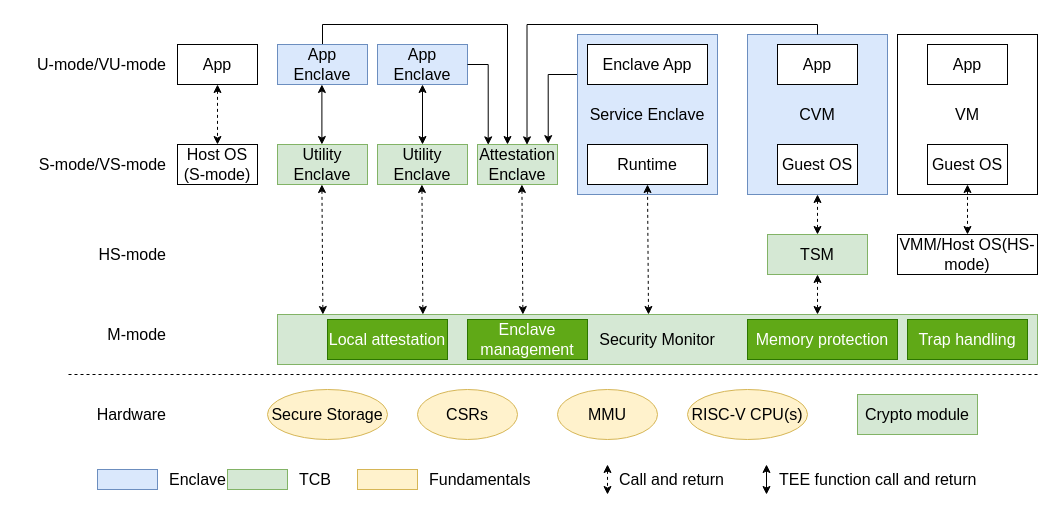
The draw.io diagram page "系统架构图" (1 of 14) of newarch.drawio in Zou1c/tmp, before the edit. Source tidied: cells renumbered, new cells numbered last; positions are measured from the earlier drawing's top-left corner, leaving out a move shared by most shapes. Both pictures are drawn from the tidied source at 100%, with x=0, y=0 at pixel (17, 24).
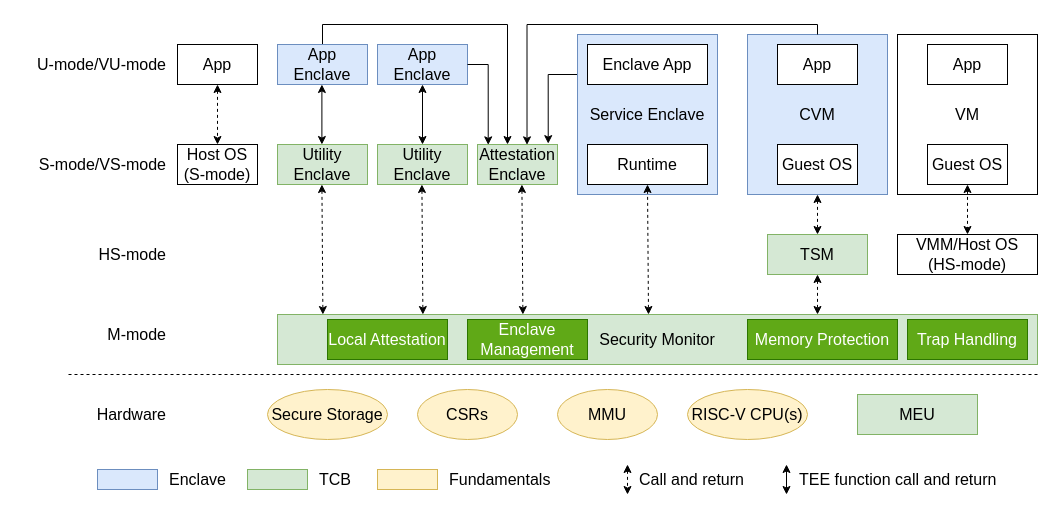
The same page after the edit.

Diff of the diagram source:
```diff
@@
-    <mxCell id="22" value="VMM/Host OS(HS-mode)" style="rounded=0;whiteSpace=wrap;html=1;fontSize=16;" parent="1" vertex="1">
+    <mxCell id="22" value="VMM/Host OS&lt;div&gt;(HS-mode)&lt;/div&gt;" style="rounded=0;whiteSpace=wrap;html=1;fontSize=16;" parent="1" vertex="1">
       <mxGeometry x="880" y="210" width="140" height="40" as="geometry" />
     </mxCell>
@@
     <mxCell id="28" value="TCB" style="text;html=1;align=left;verticalAlign=middle;strokeColor=none;fillColor=none;fontSize=16;" parent="1" vertex="1">
-      <mxGeometry x="280" y="440" width="60" height="30" as="geometry" />
+      <mxGeometry x="300" y="440" width="60" height="30" as="geometry" />
     </mxCell>
     <mxCell id="29" value="Fundamentals" style="text;html=1;align=left;verticalAlign=middle;strokeColor=none;fillColor=none;fontSize=16;" parent="1" vertex="1">
-      <mxGeometry x="410" y="440" width="120" height="30" as="geometry" />
+      <mxGeometry x="430" y="440" width="120" height="30" as="geometry" />
     </mxCell>
     <mxCell id="30" value="Call and return" style="text;html=1;align=left;verticalAlign=middle;strokeColor=none;fillColor=none;fontSize=16;" parent="1" vertex="1">
-      <mxGeometry x="600" y="440" width="130" height="30" as="geometry" />
+      <mxGeometry x="620" y="440" width="130" height="30" as="geometry" />
     </mxCell>
     <mxCell id="31" value="TEE function call and return&amp;nbsp;" style="text;html=1;align=left;verticalAlign=middle;strokeColor=none;fillColor=none;fontSize=16;" parent="1" vertex="1">
-      <mxGeometry x="760" y="440" width="230" height="30" as="geometry" />
+      <mxGeometry x="780" y="440" width="230" height="30" as="geometry" />
     </mxCell>
@@
     <mxCell id="38" style="endArrow=classic;startArrow=classic;html=1;dashed=1;fontSize=16;" parent="1" edge="1">
       <mxGeometry relative="1" as="geometry">
-        <mxPoint x="590" y="440" as="sourcePoint" />
-        <mxPoint x="590" y="470" as="targetPoint" />
+        <mxPoint x="610" y="440" as="sourcePoint" />
+        <mxPoint x="610" y="470" as="targetPoint" />
       </mxGeometry>
     </mxCell>
@@
     <mxCell id="40" style="endArrow=classic;startArrow=classic;html=1;fontSize=16;" parent="1" edge="1">
       <mxGeometry relative="1" as="geometry">
-        <mxPoint x="749" y="440" as="sourcePoint" />
-        <mxPoint x="749" y="470" as="targetPoint" />
+        <mxPoint x="769" y="440" as="sourcePoint" />
+        <mxPoint x="769" y="470" as="targetPoint" />
       </mxGeometry>
     </mxCell>
@@
     <mxCell id="43" style="rounded=0;whiteSpace=wrap;html=1;fillColor=#d5e8d4;strokeColor=#82b366;fontSize=16;" parent="1" vertex="1">
-      <mxGeometry x="210" y="445" width="60" height="20" as="geometry" />
+      <mxGeometry x="230" y="445" width="60" height="20" as="geometry" />
     </mxCell>
     <mxCell id="44" style="rounded=0;whiteSpace=wrap;html=1;fillColor=#fff2cc;strokeColor=#d6b656;fontSize=16;" parent="1" vertex="1">
-      <mxGeometry x="340" y="445" width="60" height="20" as="geometry" />
+      <mxGeometry x="360" y="445" width="60" height="20" as="geometry" />
     </mxCell>
@@
-    <mxCell id="55" value="Crypto module" style="rounded=0;whiteSpace=wrap;html=1;fillColor=#d5e8d4;strokeColor=#82b366;fontSize=16;" parent="1" vertex="1">
+    <mxCell id="55" value="MEU" style="rounded=0;whiteSpace=wrap;html=1;fillColor=#d5e8d4;strokeColor=#82b366;fontSize=16;" parent="1" vertex="1">
       <mxGeometry x="840" y="370" width="120" height="40" as="geometry" />
     </mxCell>
-    <mxCell id="56" value="Local attestation" style="rounded=0;whiteSpace=wrap;html=1;fillColor=#60a917;strokeColor=#2D7600;fontColor=#ffffff;fontSize=16;" parent="1" vertex="1">
+    <mxCell id="56" value="Local Attestation" style="rounded=0;whiteSpace=wrap;html=1;fillColor=#60a917;strokeColor=#2D7600;fontColor=#ffffff;fontSize=16;" parent="1" vertex="1">
       <mxGeometry x="310" y="295" width="120" height="40" as="geometry" />
     </mxCell>
-    <mxCell id="57" value="Memory protection" style="rounded=0;whiteSpace=wrap;html=1;fillColor=#60a917;strokeColor=#2D7600;fontColor=#ffffff;fontSize=16;" parent="1" vertex="1">
+    <mxCell id="57" value="Memory Protection" style="rounded=0;whiteSpace=wrap;html=1;fillColor=#60a917;strokeColor=#2D7600;fontColor=#ffffff;fontSize=16;" parent="1" vertex="1">
       <mxGeometry x="730" y="295" width="150" height="40" as="geometry" />
     </mxCell>
-    <mxCell id="58" value="Enclave management" style="rounded=0;whiteSpace=wrap;html=1;fillColor=#60a917;strokeColor=#2D7600;fontColor=#ffffff;fontSize=16;" parent="1" vertex="1">
+    <mxCell id="58" value="Enclave Management" style="rounded=0;whiteSpace=wrap;html=1;fillColor=#60a917;strokeColor=#2D7600;fontColor=#ffffff;fontSize=16;" parent="1" vertex="1">
       <mxGeometry x="450" y="295" width="120" height="40" as="geometry" />
     </mxCell>
-    <mxCell id="59" value="Trap handling" style="rounded=0;whiteSpace=wrap;html=1;fillColor=#60a917;strokeColor=#2D7600;fontColor=#ffffff;fontSize=16;" parent="1" vertex="1">
+    <mxCell id="59" value="Trap Handling" style="rounded=0;whiteSpace=wrap;html=1;fillColor=#60a917;strokeColor=#2D7600;fontColor=#ffffff;fontSize=16;" parent="1" vertex="1">
       <mxGeometry x="890" y="295" width="120" height="40" as="geometry" />
     </mxCell>
```
